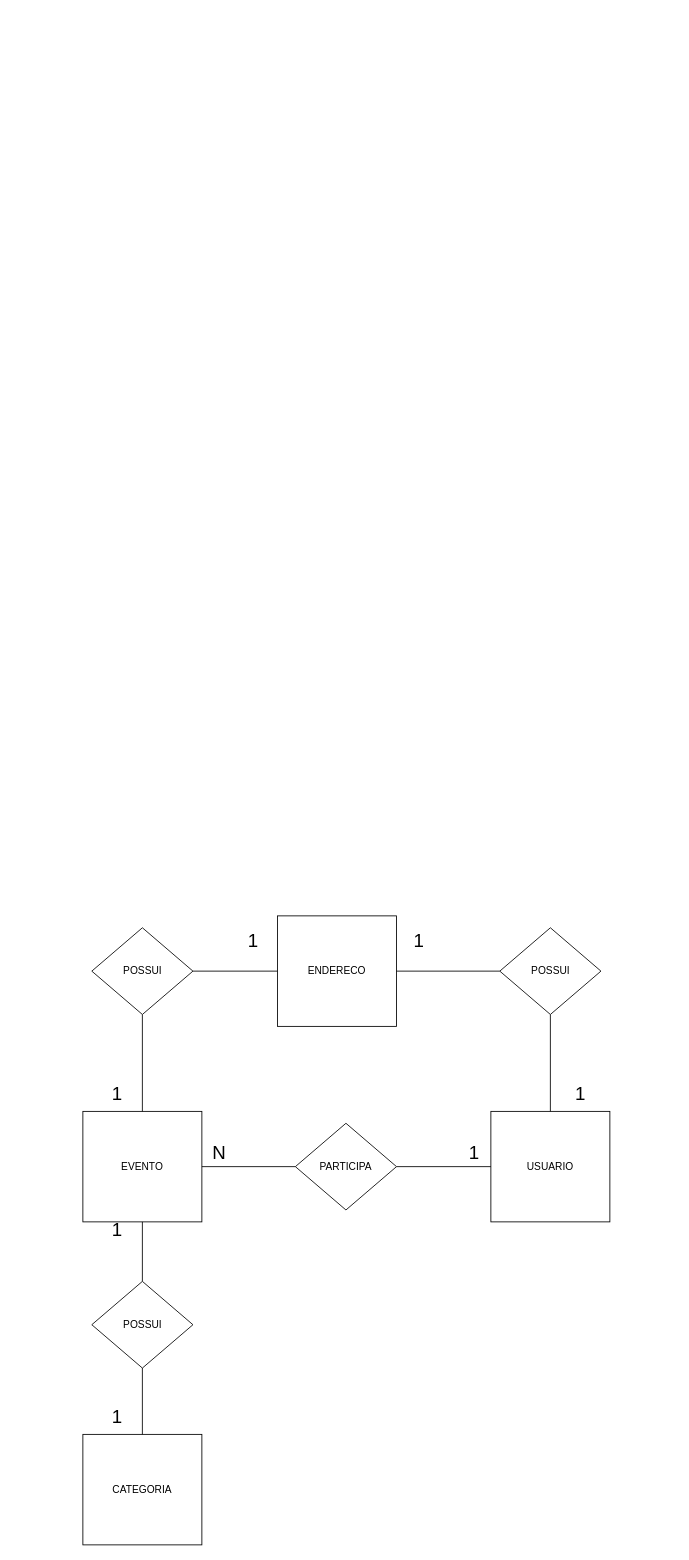
Earlier version of the draw.io diagram Docs/DER_Gepeto.drawio (lukescmg/gepeto). Source tidied: cells renumbered, new cells numbered last; positions are measured from the earlier drawing's top-left corner, leaving out a move shared by most shapes. Both pictures are drawn from the tidied source at 85%, with x=0, y=0 at pixel (82, 915).
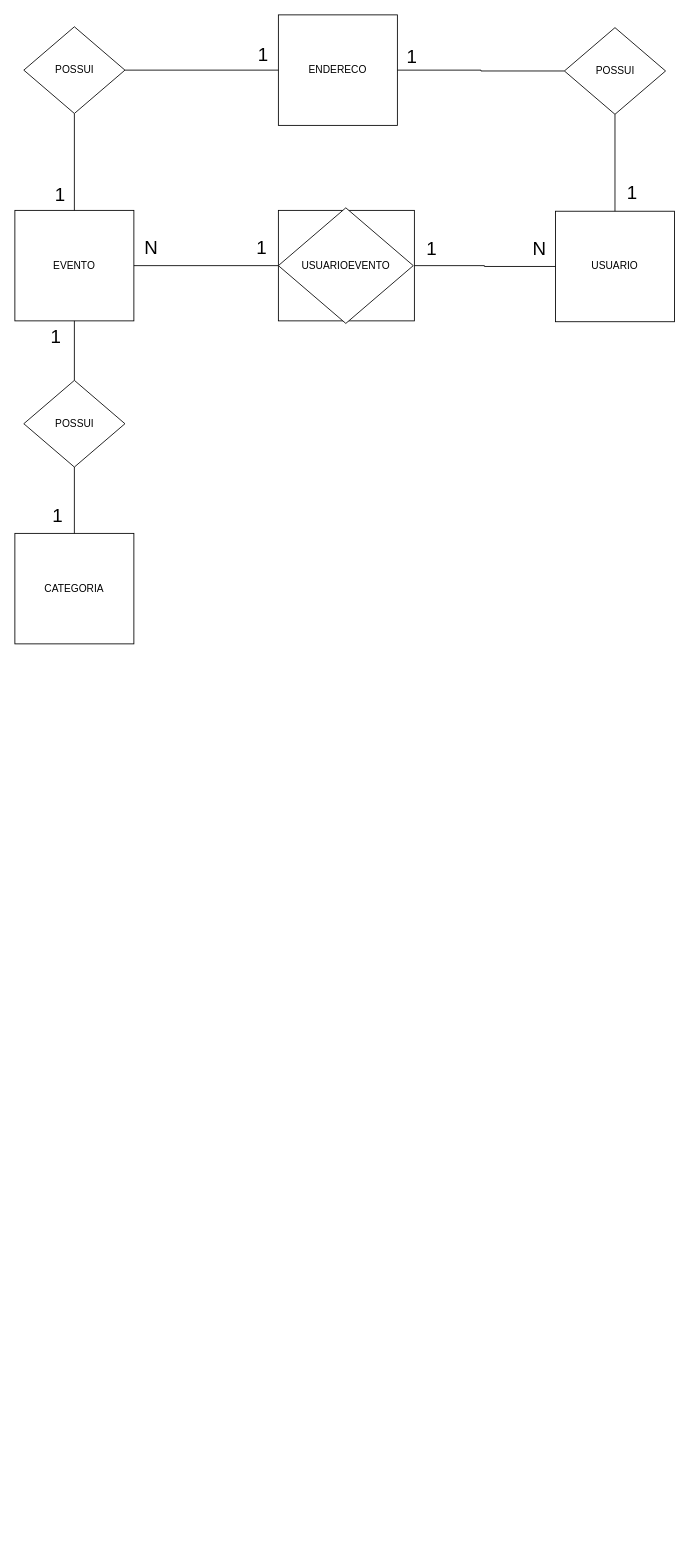
Above is the later version.

Commit message:
alteração do DER

Diff of the diagram source:
```diff
@@
     <mxCell id="2" value="USUARIO" style="rounded=0;whiteSpace=wrap;html=1;" parent="1" vertex="1">
-      <mxGeometry x="480" y="230" width="140" height="130" as="geometry" />
+      <mxGeometry x="556" y="-829" width="140" height="130" as="geometry" />
     </mxCell>
     <mxCell id="3" value="ENDERECO" style="rounded=0;whiteSpace=wrap;html=1;" parent="1" vertex="1">
-      <mxGeometry x="229" width="140" height="130" as="geometry" />
+      <mxGeometry x="230" y="-1060" width="140" height="130" as="geometry" />
     </mxCell>
     <mxCell id="4" value="CATEGORIA" style="rounded=0;whiteSpace=wrap;html=1;" parent="1" vertex="1">
-      <mxGeometry y="610" width="140" height="130" as="geometry" />
+      <mxGeometry x="-80" y="-450" width="140" height="130" as="geometry" />
     </mxCell>
     <mxCell id="5" value="EVENTO" style="rounded=0;whiteSpace=wrap;html=1;" parent="1" vertex="1">
-      <mxGeometry y="230" width="140" height="130" as="geometry" />
+      <mxGeometry x="-80" y="-830" width="140" height="130" as="geometry" />
     </mxCell>
@@
-    <mxCell id="8" value="PARTICIPA" style="rhombus;whiteSpace=wrap;html=1;" parent="1" vertex="1">
-      <mxGeometry x="250" y="244" width="119" height="102" as="geometry" />
-    </mxCell>
-    <mxCell id="9" value="1" style="text;html=1;align=center;verticalAlign=middle;strokeColor=none;fillColor=none;fontSize=22;" parent="1" vertex="1">
-      <mxGeometry x="445" y="265" width="30" height="30" as="geometry" />
-    </mxCell>
-    <mxCell id="10" value="N" style="text;html=1;align=center;verticalAlign=middle;strokeColor=none;fillColor=none;fontSize=22;" parent="1" vertex="1">
-      <mxGeometry x="145" y="265" width="30" height="30" as="geometry" />
-    </mxCell>
@@
     <mxCell id="13" value="POSSUI" style="rhombus;whiteSpace=wrap;html=1;" parent="1" vertex="1">
-      <mxGeometry x="10.5" y="430" width="119" height="102" as="geometry" />
+      <mxGeometry x="-69.5" y="-630" width="119" height="102" as="geometry" />
     </mxCell>
-    <mxCell id="14" value="1" style="text;html=1;align=center;verticalAlign=middle;strokeColor=none;fillColor=none;fontSize=22;" parent="1" vertex="1">
-      <mxGeometry x="25" y="355" width="30" height="30" as="geometry" />
-    </mxCell>
-    <mxCell id="15" value="1" style="text;html=1;align=center;verticalAlign=middle;strokeColor=none;fillColor=none;fontSize=22;" parent="1" vertex="1">
-      <mxGeometry x="25" y="575" width="30" height="30" as="geometry" />
-    </mxCell>
@@
     <mxCell id="18" value="POSSUI" style="rhombus;whiteSpace=wrap;html=1;" parent="1" vertex="1">
-      <mxGeometry x="10.5" y="14" width="119" height="102" as="geometry" />
+      <mxGeometry x="-69.5" y="-1046" width="119" height="102" as="geometry" />
     </mxCell>
@@
     <mxCell id="21" value="POSSUI" style="rhombus;whiteSpace=wrap;html=1;" parent="1" vertex="1">
-      <mxGeometry x="490.5" y="14" width="119" height="102" as="geometry" />
+      <mxGeometry x="566.5" y="-1045" width="119" height="102" as="geometry" />
     </mxCell>
     <mxCell id="22" value="1" style="text;html=1;align=center;verticalAlign=middle;strokeColor=none;fillColor=none;fontSize=22;" parent="1" vertex="1">
-      <mxGeometry x="25" y="195" width="30" height="30" as="geometry" />
+      <mxGeometry x="-42" y="-863" width="30" height="30" as="geometry" />
     </mxCell>
     <mxCell id="23" value="1" style="text;html=1;align=center;verticalAlign=middle;strokeColor=none;fillColor=none;fontSize=22;" parent="1" vertex="1">
-      <mxGeometry x="185" y="15" width="30" height="30" as="geometry" />
+      <mxGeometry x="197" y="-1027" width="30" height="30" as="geometry" />
     </mxCell>
-    <mxCell id="24" value="1" style="text;html=1;align=center;verticalAlign=middle;strokeColor=none;fillColor=none;fontSize=22;" parent="1" vertex="1">
-      <mxGeometry x="570" y="195" width="30" height="30" as="geometry" />
-    </mxCell>
     <mxCell id="25" value="1" style="text;html=1;align=center;verticalAlign=middle;strokeColor=none;fillColor=none;fontSize=22;" parent="1" vertex="1">
-      <mxGeometry x="380" y="15" width="30" height="30" as="geometry" />
+      <mxGeometry x="372" y="-1025" width="30" height="30" as="geometry" />
     </mxCell>
+    <mxCell id="26" value="N" style="text;html=1;align=center;verticalAlign=middle;strokeColor=none;fillColor=none;fontSize=22;" parent="1" vertex="1">
+      <mxGeometry x="517" y="-804" width="40" height="40" as="geometry" />
+    </mxCell>
+    <mxCell id="27" value="1" style="text;html=1;align=center;verticalAlign=middle;strokeColor=none;fillColor=none;fontSize=22;" parent="1" vertex="1">
+      <mxGeometry x="190" y="-805" width="40" height="40" as="geometry" />
+    </mxCell>
+    <mxCell id="28" style="group;" parent="1" vertex="1">
+      <mxGeometry x="230" y="-833" width="160" height="136" as="geometry" />
+    </mxCell>
+    <mxCell id="29" style="rounded=0;whiteSpace=wrap;html=1;" parent="28" vertex="1">
+      <mxGeometry y="3" width="160" height="130" as="geometry" />
+    </mxCell>
+    <mxCell id="8" value="USUARIOEVENTO" style="rhombus;whiteSpace=wrap;html=1;" parent="28" vertex="1">
+      <mxGeometry width="158.7" height="136" as="geometry" />
+    </mxCell>
+    <mxCell id="30" value="N" style="text;html=1;align=center;verticalAlign=middle;strokeColor=none;fillColor=none;fontSize=22;" parent="1" vertex="1">
+      <mxGeometry x="60" y="-805" width="40" height="40" as="geometry" />
+    </mxCell>
+    <mxCell id="31" value="1" style="text;html=1;align=center;verticalAlign=middle;strokeColor=none;fillColor=none;fontSize=22;" parent="1" vertex="1">
+      <mxGeometry x="390" y="-804" width="40" height="40" as="geometry" />
+    </mxCell>
+    <mxCell id="32" value="1" style="text;html=1;align=center;verticalAlign=middle;strokeColor=none;fillColor=none;fontSize=22;" parent="1" vertex="1">
+      <mxGeometry x="626" y="-870" width="40" height="40" as="geometry" />
+    </mxCell>
+    <mxCell id="33" value="1" style="text;html=1;align=center;verticalAlign=middle;strokeColor=none;fillColor=none;fontSize=22;" parent="1" vertex="1">
+      <mxGeometry x="-52" y="-700" width="40" height="40" as="geometry" />
+    </mxCell>
+    <mxCell id="34" value="1" style="text;html=1;align=center;verticalAlign=middle;strokeColor=none;fillColor=none;fontSize=22;" parent="1" vertex="1">
+      <mxGeometry x="-50" y="-490" width="40" height="40" as="geometry" />
+    </mxCell>
```
